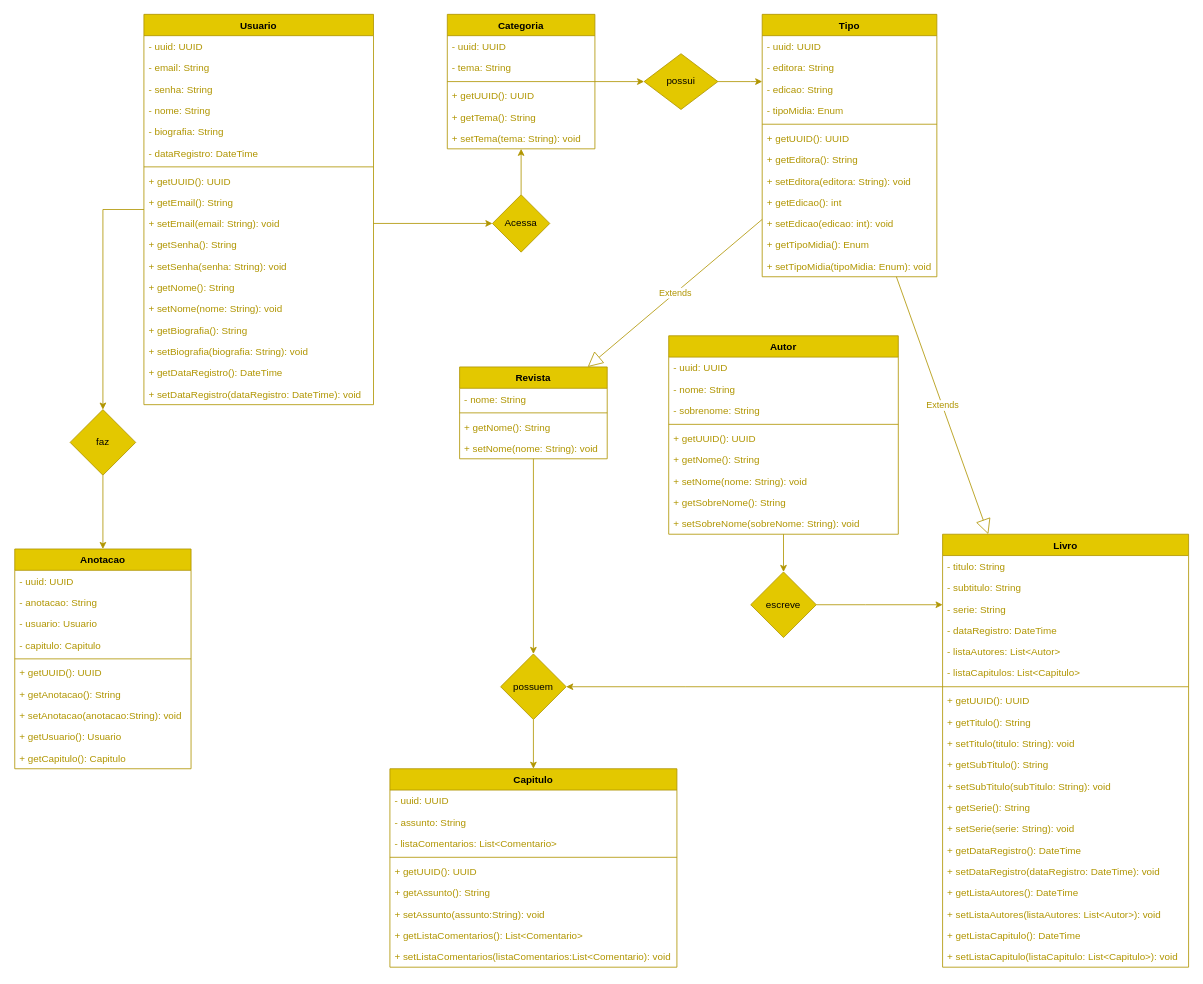
boirods/MyBooks keeps this draw.io diagram as DiagramaMyBooks.drawio. Above is the earlier version. Source tidied: cells renumbered, new cells numbered last; positions are measured from the earlier drawing's top-left corner, leaving out a move shared by most shapes. Both pictures are drawn from the tidied source at 82%, with x=0, y=0 at pixel (14, 14).
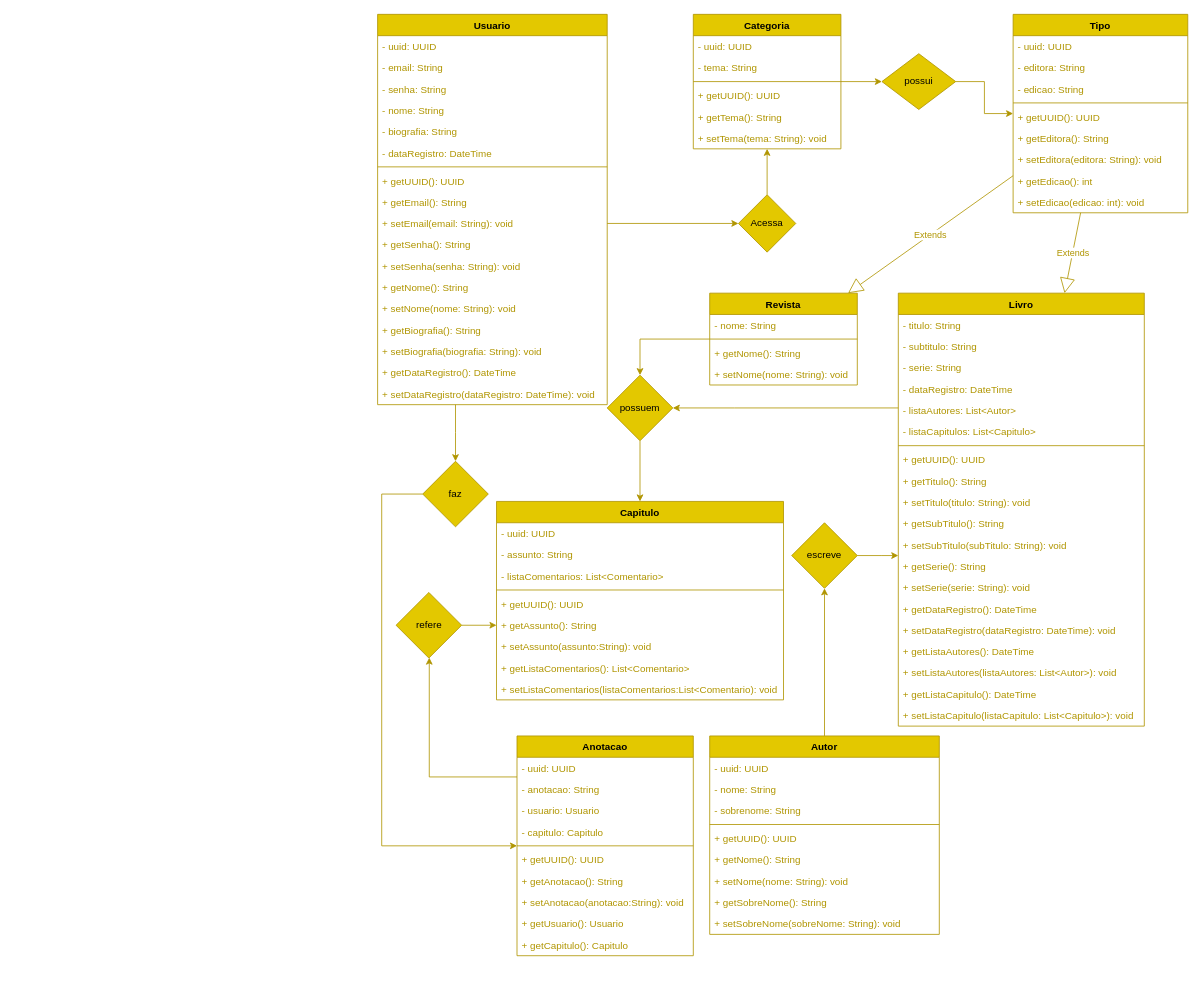
The same page after the edit.

Unchanged cells that the change refers to:
```xml
<mxCell id="97" value="+ getAssunto(): String" style="text;strokeColor=none;fillColor=none;align=left;verticalAlign=top;spacingLeft=4;spacingRight=4;overflow=hidden;points=[[0,0.5],[1,0.5]];portConstraint=eastwest;fontColor=#B09500;" parent="91" vertex="1">
  <mxGeometry y="138" width="350" height="26" as="geometry" />
</mxCell>
```

Change to the diagram source:
```diff
@@
     <mxCell id="2" style="edgeStyle=orthogonalEdgeStyle;rounded=0;jettySize=auto;html=1;fontColor=#B09500;fillColor=#e3c800;strokeColor=#B09500;" parent="1" edge="1" source="3" target="104">
-      <mxGeometry relative="1" as="geometry" />
+      <mxGeometry relative="1" as="geometry">
+        <Array as="points">
+          <mxPoint x="538" y="510" />
+          <mxPoint x="538" y="510" />
+        </Array>
+      </mxGeometry>
     </mxCell>
     <mxCell id="3" value="Usuario" style="swimlane;fontStyle=1;align=center;verticalAlign=top;horizontal=1;startSize=26;fillColor=#e3c800;fontColor=#000000;strokeColor=#B09500;" parent="1" vertex="1">
-      <mxGeometry x="158" width="280" height="476" as="geometry" />
+      <mxGeometry x="443" width="280" height="476" as="geometry" />
     </mxCell>
@@
-    <mxCell id="22" style="edgeStyle=orthogonalEdgeStyle;rounded=0;jettySize=auto;html=1;fontColor=#B09500;fillColor=#e3c800;strokeColor=#B09500;" parent="1" edge="1" source="23" target="102">
+    <mxCell id="22" style="edgeStyle=orthogonalEdgeStyle;rounded=0;jettySize=auto;html=1;fontColor=#B09500;fillColor=#e3c800;strokeColor=#B09500;entryX=1;entryY=0.5;entryDx=0;entryDy=0;" parent="1" edge="1" source="23" target="102">
       <mxGeometry relative="1" as="geometry">
         <Array as="points">
-          <mxPoint x="818" y="820" />
-          <mxPoint x="818" y="820" />
+          <mxPoint x="878" y="480" />
+          <mxPoint x="878" y="480" />
         </Array>
       </mxGeometry>
     </mxCell>
     <mxCell id="23" value="Livro" style="swimlane;fontStyle=1;align=center;verticalAlign=top;horizontal=1;startSize=26;fillColor=#e3c800;fontColor=#000000;strokeColor=#B09500;" parent="1" vertex="1">
-      <mxGeometry x="1132" y="634" width="300" height="528" as="geometry" />
+      <mxGeometry x="1078" y="340" width="300" height="528" as="geometry" />
     </mxCell>
@@
     <mxCell id="45" value="Autor" style="swimlane;fontStyle=1;align=center;verticalAlign=top;horizontal=1;startSize=26;fillColor=#e3c800;fontColor=#000000;strokeColor=#B09500;" parent="1" vertex="1">
-      <mxGeometry x="798" y="392" width="280" height="242" as="geometry" />
+      <mxGeometry x="848" y="880" width="280" height="242" as="geometry" />
     </mxCell>
@@
     <mxCell id="55" style="edgeStyle=orthogonalEdgeStyle;rounded=0;jettySize=auto;html=1;fillColor=#e3c800;strokeColor=#B09500;" parent="1" edge="1" source="56" target="23">
       <mxGeometry relative="1" as="geometry">
         <Array as="points">
-          <mxPoint x="1038" y="720" />
-          <mxPoint x="1038" y="720" />
+          <mxPoint x="1058" y="660" />
+          <mxPoint x="1058" y="660" />
         </Array>
       </mxGeometry>
     </mxCell>
     <mxCell id="56" value="escreve" style="rhombus;whiteSpace=wrap;html=1;fillColor=#e3c800;fontColor=#000000;strokeColor=#B09500;" parent="1" vertex="1">
-      <mxGeometry x="898" y="680" width="80" height="80" as="geometry" />
+      <mxGeometry x="948" y="620" width="80" height="80" as="geometry" />
     </mxCell>
@@
     <mxCell id="58" value="Categoria" style="swimlane;fontStyle=1;align=center;verticalAlign=top;horizontal=1;startSize=26;fillColor=#e3c800;fontColor=#000000;strokeColor=#B09500;" parent="1" vertex="1">
-      <mxGeometry x="528" width="180" height="164" as="geometry" />
+      <mxGeometry x="828" width="180" height="164" as="geometry" />
     </mxCell>
@@
     <mxCell id="66" value="Acessa" style="rhombus;whiteSpace=wrap;html=1;fontColor=#000000;fillColor=#e3c800;strokeColor=#B09500;" parent="1" vertex="1">
-      <mxGeometry x="583" y="220" width="70" height="70" as="geometry" />
+      <mxGeometry x="883" y="220" width="70" height="70" as="geometry" />
     </mxCell>
@@
     <mxCell id="68" value="Tipo" style="swimlane;fontStyle=1;align=center;verticalAlign=top;horizontal=1;startSize=26;fillColor=#e3c800;fontColor=#000000;strokeColor=#B09500;" parent="1" vertex="1">
-      <mxGeometry x="912" width="213" height="320" as="geometry" />
+      <mxGeometry x="1218" width="213" height="242" as="geometry" />
     </mxCell>
@@
-    <mxCell id="72" value="- tipoMidia: Enum" style="text;strokeColor=none;fillColor=none;align=left;verticalAlign=top;spacingLeft=4;spacingRight=4;overflow=hidden;fontColor=#B09500;" parent="68" vertex="1">
-      <mxGeometry y="104" width="213" height="26" as="geometry" />
-    </mxCell>
     <mxCell id="73" style="line;strokeWidth=1;fillColor=#e3c800;align=left;verticalAlign=middle;spacingTop=-1;spacingLeft=3;spacingRight=3;labelPosition=right;fontColor=#000000;strokeColor=#B09500;" parent="68" vertex="1">
-      <mxGeometry y="130" width="213" height="8" as="geometry" />
+      <mxGeometry y="104" width="213" height="8" as="geometry" />
     </mxCell>
     <mxCell id="74" value="+ getUUID(): UUID" style="text;strokeColor=none;fillColor=none;align=left;verticalAlign=top;spacingLeft=4;spacingRight=4;overflow=hidden;fontColor=#B09500;" parent="68" vertex="1">
-      <mxGeometry y="138" width="213" height="26" as="geometry" />
+      <mxGeometry y="112" width="213" height="26" as="geometry" />
     </mxCell>
     <mxCell id="75" value="+ getEditora(): String" style="text;strokeColor=none;fillColor=none;align=left;verticalAlign=top;spacingLeft=4;spacingRight=4;overflow=hidden;fontColor=#B09500;" parent="68" vertex="1">
-      <mxGeometry y="164" width="213" height="26" as="geometry" />
+      <mxGeometry y="138" width="213" height="26" as="geometry" />
     </mxCell>
     <mxCell id="76" value="+ setEditora(editora: String): void" style="text;strokeColor=none;fillColor=none;align=left;verticalAlign=top;spacingLeft=4;spacingRight=4;overflow=hidden;fontColor=#B09500;" parent="68" vertex="1">
-      <mxGeometry y="190" width="213" height="26" as="geometry" />
+      <mxGeometry y="164" width="213" height="26" as="geometry" />
     </mxCell>
     <mxCell id="77" value="+ getEdicao(): int" style="text;strokeColor=none;fillColor=none;align=left;verticalAlign=top;spacingLeft=4;spacingRight=4;overflow=hidden;fontColor=#B09500;" parent="68" vertex="1">
-      <mxGeometry y="216" width="213" height="26" as="geometry" />
+      <mxGeometry y="190" width="213" height="26" as="geometry" />
     </mxCell>
     <mxCell id="78" value="+ setEdicao(edicao: int): void" style="text;strokeColor=none;fillColor=none;align=left;verticalAlign=top;spacingLeft=4;spacingRight=4;overflow=hidden;fontColor=#B09500;" parent="68" vertex="1">
-      <mxGeometry y="242" width="213" height="26" as="geometry" />
+      <mxGeometry y="216" width="213" height="26" as="geometry" />
     </mxCell>
-    <mxCell id="79" value="+ getTipoMidia(): Enum" style="text;strokeColor=none;fillColor=none;align=left;verticalAlign=top;spacingLeft=4;spacingRight=4;overflow=hidden;fontColor=#B09500;" parent="68" vertex="1">
-      <mxGeometry y="268" width="213" height="26" as="geometry" />
-    </mxCell>
-    <mxCell id="80" value="+ setTipoMidia(tipoMidia: Enum): void" style="text;strokeColor=none;fillColor=none;align=left;verticalAlign=top;spacingLeft=4;spacingRight=4;overflow=hidden;fontColor=#B09500;" parent="68" vertex="1">
-      <mxGeometry y="294" width="213" height="26" as="geometry" />
-    </mxCell>
@@
     <mxCell id="82" style="edgeStyle=orthogonalEdgeStyle;rounded=0;jettySize=auto;html=1;fontColor=#B09500;fillColor=#e3c800;strokeColor=#B09500;" parent="1" edge="1" source="83" target="102">
-      <mxGeometry relative="1" as="geometry" />
+      <mxGeometry relative="1" as="geometry">
+        <Array as="points">
+          <mxPoint x="763" y="396" />
+        </Array>
+      </mxGeometry>
     </mxCell>
     <mxCell id="83" value="Revista" style="swimlane;fontStyle=1;align=center;verticalAlign=top;horizontal=1;startSize=26;fontColor=#000000;fillColor=#e3c800;strokeColor=#B09500;" parent="1" vertex="1">
-      <mxGeometry x="543" y="430" width="180" height="112" as="geometry" />
+      <mxGeometry x="848" y="340" width="180" height="112" as="geometry" />
     </mxCell>
@@
     <mxCell id="89" style="edgeStyle=orthogonalEdgeStyle;rounded=0;jettySize=auto;html=1;fontColor=#B09500;fillColor=#e3c800;strokeColor=#B09500;" parent="1" edge="1" source="90" target="68">
-      <mxGeometry relative="1" as="geometry">
-        <Array as="points">
-          <mxPoint x="898" y="82" />
-          <mxPoint x="898" y="82" />
-        </Array>
-      </mxGeometry>
+      <mxGeometry relative="1" as="geometry" />
     </mxCell>
     <mxCell id="90" value="possui" style="rhombus;whiteSpace=wrap;html=1;fontColor=#000000;fillColor=#e3c800;strokeColor=#B09500;" parent="1" vertex="1">
-      <mxGeometry x="768" y="48" width="90" height="68" as="geometry" />
+      <mxGeometry x="1058" y="48" width="90" height="68" as="geometry" />
     </mxCell>
     <mxCell id="91" value="Capitulo" style="swimlane;fontStyle=1;align=center;verticalAlign=top;horizontal=1;startSize=26;fillColor=#e3c800;fontColor=#000000;strokeColor=#B09500;" parent="1" vertex="1">
-      <mxGeometry x="458" y="920" width="350" height="242" as="geometry" />
+      <mxGeometry x="588" y="594" width="350" height="242" as="geometry" />
     </mxCell>
@@
     <mxCell id="102" value="possuem" style="rhombus;whiteSpace=wrap;html=1;fontColor=#000000;fillColor=#e3c800;strokeColor=#B09500;" parent="1" vertex="1">
-      <mxGeometry x="593" y="780" width="80" height="80" as="geometry" />
+      <mxGeometry x="723" y="440" width="80" height="80" as="geometry" />
     </mxCell>
     <mxCell id="103" style="edgeStyle=orthogonalEdgeStyle;rounded=0;jettySize=auto;html=1;fontColor=#B09500;fillColor=#e3c800;strokeColor=#B09500;" parent="1" edge="1" source="104" target="105">
-      <mxGeometry relative="1" as="geometry" />
+      <mxGeometry relative="1" as="geometry">
+        <Array as="points">
+          <mxPoint x="448" y="585" />
+          <mxPoint x="448" y="1014" />
+        </Array>
+      </mxGeometry>
     </mxCell>
     <mxCell id="104" value="faz" style="rhombus;whiteSpace=wrap;html=1;fontColor=#000000;fillColor=#e3c800;strokeColor=#B09500;" parent="1" vertex="1">
-      <mxGeometry x="68" y="482" width="80" height="80" as="geometry" />
+      <mxGeometry x="498" y="545" width="80" height="80" as="geometry" />
     </mxCell>
+    <mxCell id="116" style="edgeStyle=orthogonalEdgeStyle;rounded=0;jettySize=auto;html=1;strokeColor=#B09500;" parent="1" edge="1" source="105" target="118">
+      <mxGeometry relative="1" as="geometry">
+        <Array as="points">
+          <mxPoint x="506" y="930" />
+        </Array>
+      </mxGeometry>
+    </mxCell>
     <mxCell id="105" value="Anotacao" style="swimlane;fontStyle=1;align=center;verticalAlign=top;horizontal=1;startSize=26;fontColor=#000000;fillColor=#e3c800;strokeColor=#B09500;" parent="1" vertex="1">
-      <mxGeometry x="0.5" y="652" width="215" height="268" as="geometry" />
+      <mxGeometry x="613" y="880" width="215" height="268" as="geometry" />
     </mxCell>
@@
+    <mxCell id="117" style="edgeStyle=orthogonalEdgeStyle;rounded=0;jettySize=auto;html=1;strokeColor=#B09500;" parent="1" edge="1" source="118" target="97">
+      <mxGeometry relative="1" as="geometry" />
+    </mxCell>
+    <mxCell id="118" value="refere" style="rhombus;whiteSpace=wrap;html=1;fillColor=#e3c800;fontColor=#000000;strokeColor=#B09500;" parent="1" vertex="1">
+      <mxGeometry x="465.5" y="705" width="80" height="80" as="geometry" />
+    </mxCell>
```
